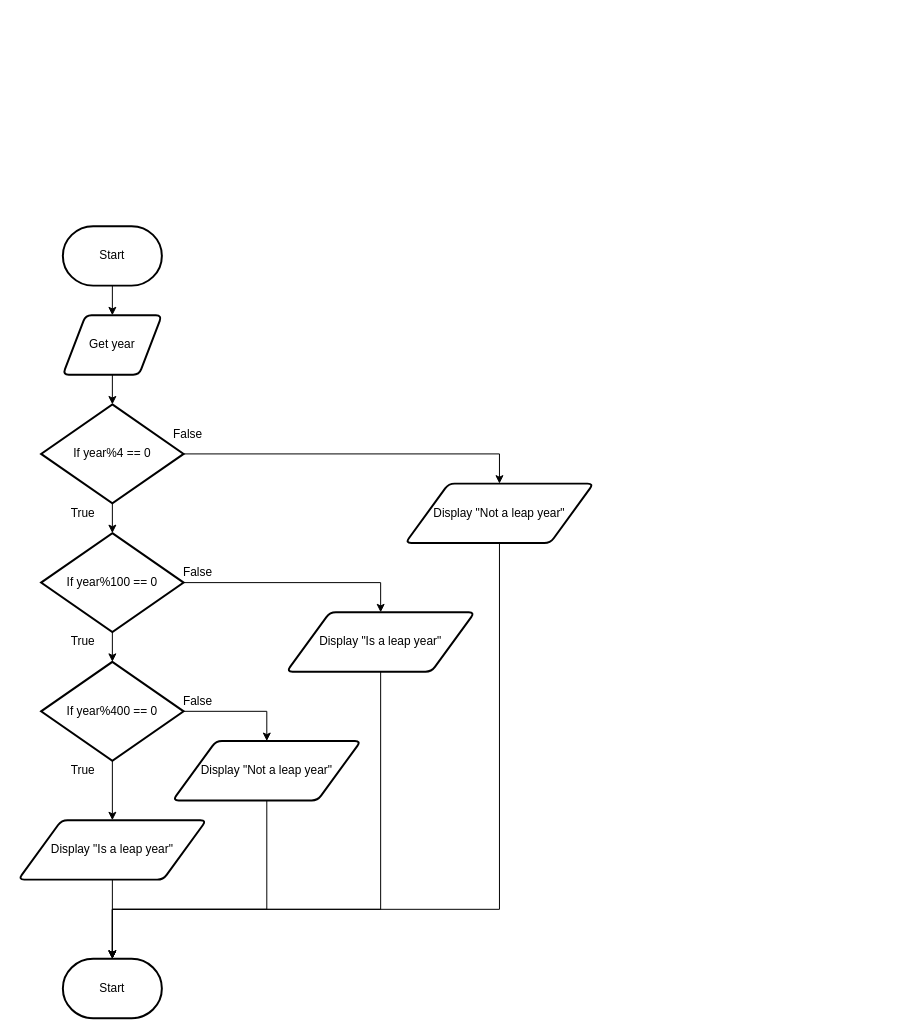
Above: page "Flowchart" (1 of 2) of design.drawio in Samuel-Webster-178/ICS3U-Unit3-Unit3-08-Python (draw.io), before the change. Source tidied: cells renumbered, new cells numbered last; positions are measured from the earlier drawing's top-left corner, leaving out a move shared by most shapes. Both pictures are drawn from the tidied source at 99%, with x=0, y=0 at pixel (18, 226).
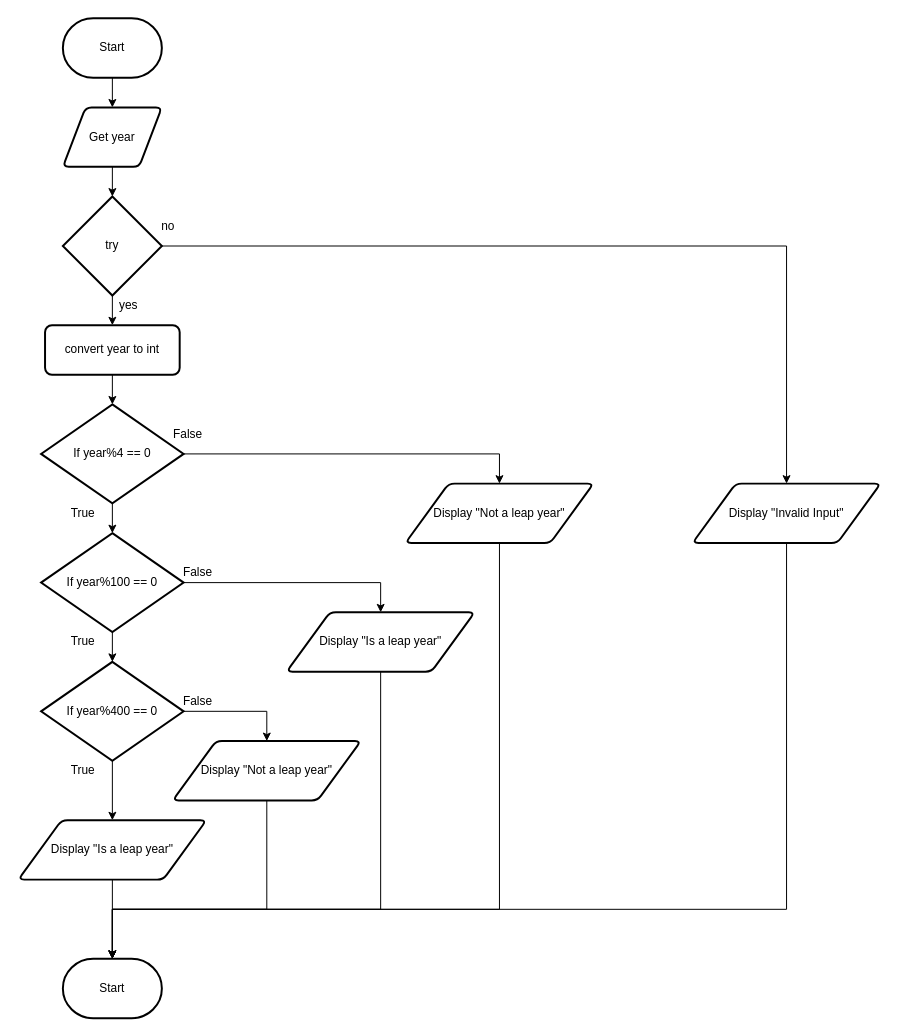
The same page after the edit.

Unchanged cells that the change refers to:
```xml
<mxCell id="8" value="If year%4 == 0" style="strokeWidth=2;html=1;shape=mxgraph.flowchart.decision;whiteSpace=wrap;" parent="1" vertex="1">
  <mxGeometry x="23" y="180" width="144" height="100" as="geometry" />
</mxCell>
<mxCell id="29" value="Start" style="strokeWidth=2;html=1;shape=mxgraph.flowchart.terminator;whiteSpace=wrap;" parent="1" vertex="1">
  <mxGeometry x="45" y="740" width="100" height="60" as="geometry" />
</mxCell>
```

Change to the diagram source:
```diff
@@
     <mxCell id="3" value="Start" style="strokeWidth=2;html=1;shape=mxgraph.flowchart.terminator;whiteSpace=wrap;" parent="1" vertex="1">
-      <mxGeometry x="45" width="100" height="60" as="geometry" />
+      <mxGeometry x="45" y="-210" width="100" height="60" as="geometry" />
     </mxCell>
-    <mxCell id="4" style="edgeStyle=none;html=1;" parent="1" edge="1" source="5">
-      <mxGeometry relative="1" as="geometry">
-        <mxPoint x="95" y="180" as="targetPoint" />
-      </mxGeometry>
-    </mxCell>
+    <mxCell id="30" style="edgeStyle=none;html=1;" parent="1" edge="1" source="5" target="33">
+      <mxGeometry relative="1" as="geometry" />
+    </mxCell>
     <mxCell id="5" value="Get year" style="shape=parallelogram;html=1;strokeWidth=2;perimeter=parallelogramPerimeter;whiteSpace=wrap;rounded=1;arcSize=12;size=0.23;" parent="1" vertex="1">
-      <mxGeometry x="45" y="90" width="100" height="60" as="geometry" />
+      <mxGeometry x="45" y="-120" width="100" height="60" as="geometry" />
     </mxCell>
@@
+    <mxCell id="31" style="edgeStyle=none;html=1;" parent="1" edge="1" source="33" target="35">
+      <mxGeometry relative="1" as="geometry" />
+    </mxCell>
+    <mxCell id="32" style="edgeStyle=orthogonalEdgeStyle;html=1;entryX=0.5;entryY=0;entryDx=0;entryDy=0;rounded=0;" parent="1" edge="1" source="33" target="39">
+      <mxGeometry relative="1" as="geometry" />
+    </mxCell>
+    <mxCell id="33" value="try" style="strokeWidth=2;html=1;shape=mxgraph.flowchart.decision;whiteSpace=wrap;" parent="1" vertex="1">
+      <mxGeometry x="45" y="-30" width="100" height="100" as="geometry" />
+    </mxCell>
+    <mxCell id="34" style="edgeStyle=none;html=1;" parent="1" edge="1" source="35" target="8">
+      <mxGeometry relative="1" as="geometry" />
+    </mxCell>
+    <mxCell id="35" value="convert year to int" style="rounded=1;whiteSpace=wrap;html=1;absoluteArcSize=1;arcSize=14;strokeWidth=2;" parent="1" vertex="1">
+      <mxGeometry x="27" y="100" width="136" height="50" as="geometry" />
+    </mxCell>
+    <mxCell id="36" value="yes" style="text;html=1;align=center;verticalAlign=middle;strokeColor=none;fillColor=none;" parent="1" vertex="1">
+      <mxGeometry x="96" y="70" width="30" height="20" as="geometry" />
+    </mxCell>
+    <mxCell id="37" value="no" style="text;html=1;align=center;verticalAlign=middle;strokeColor=none;fillColor=none;" parent="1" vertex="1">
+      <mxGeometry x="136" y="-10" width="30" height="20" as="geometry" />
+    </mxCell>
+    <mxCell id="38" style="edgeStyle=orthogonalEdgeStyle;rounded=0;html=1;entryX=0.5;entryY=0;entryDx=0;entryDy=0;entryPerimeter=0;" parent="1" edge="1" source="39" target="29">
+      <mxGeometry relative="1" as="geometry">
+        <Array as="points">
+          <mxPoint x="776" y="690" />
+          <mxPoint x="95" y="690" />
+        </Array>
+      </mxGeometry>
+    </mxCell>
+    <mxCell id="39" value="Display &quot;Invalid Input&quot;" style="shape=parallelogram;html=1;strokeWidth=2;perimeter=parallelogramPerimeter;whiteSpace=wrap;rounded=1;arcSize=12;size=0.23;" parent="1" vertex="1">
+      <mxGeometry x="681" y="260" width="190" height="60" as="geometry" />
+    </mxCell>
```
